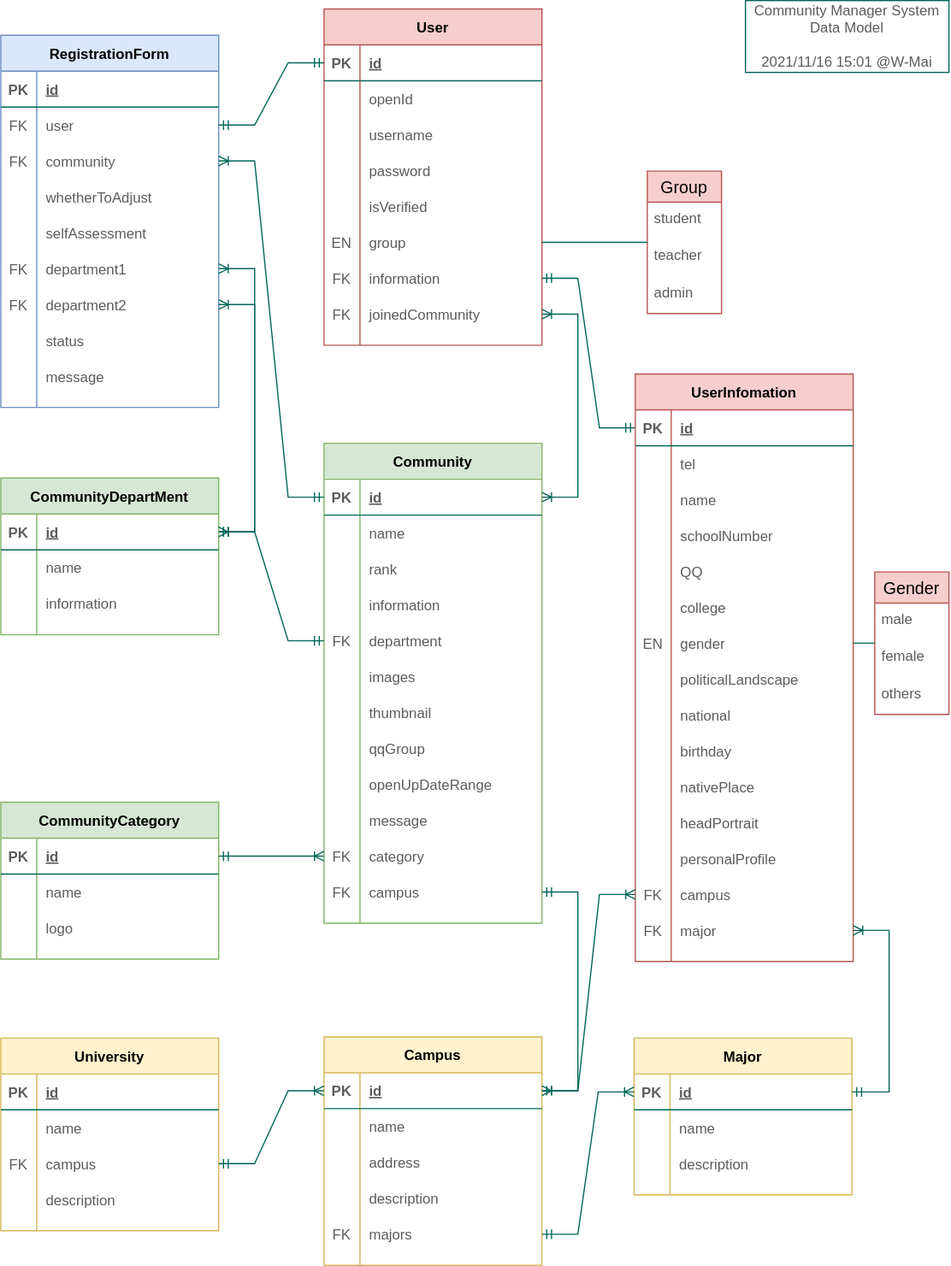
Above: server/dbmodel.drawio.svg in W-Mai/CommunityServicePlatform (draw.io), before the change. Source tidied: cells renumbered, new cells last; positions are measured from the earlier drawing's top-left corner, leaving out a move shared by most shapes.
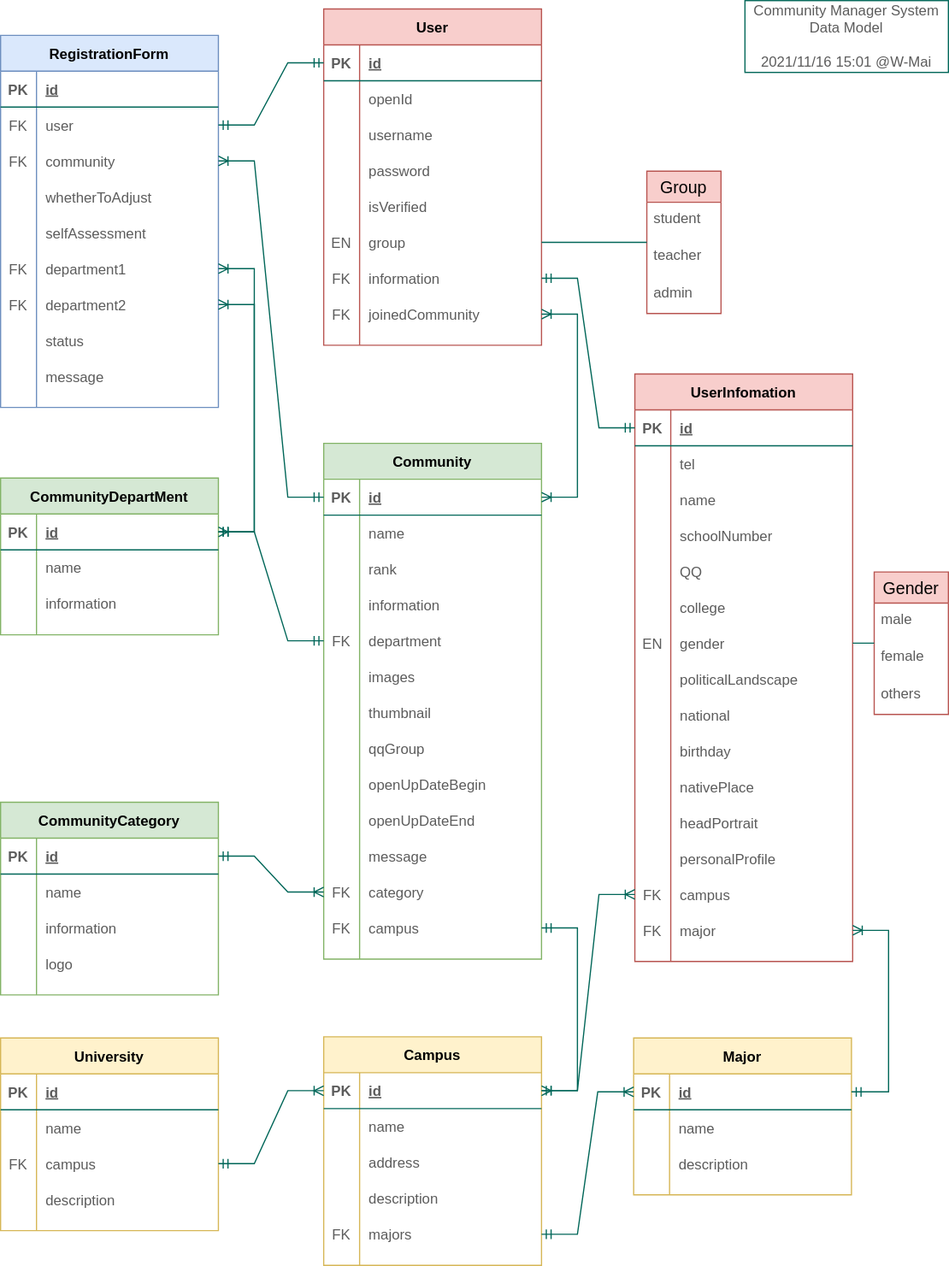
After the change.

The edit, as a diff of the source:
```diff
@@ -372,7 +372,7 @@
       <mxGeometry relative="1" as="geometry" />
     </mxCell>
     <mxCell id="125" value="Community" style="shape=table;startSize=30;rowLines=0;fontStyle=1;align=center;rounded=0;strokeColor=#82b366;fillColor=#d5e8d4;" parent="1" vertex="1">
-      <mxGeometry x="270" y="370" width="182" height="401" as="geometry" />
+      <mxGeometry x="270" y="370" width="182" height="431" as="geometry" />
     </mxCell>
     <mxCell id="126" style="shape=partialRectangle;fillColor=none;top=0;left=0;bottom=1;right=0;points=[[0,0.5],[1,0.5]];portConstraint=eastwest;rounded=0;fontColor=#5C5C5C;strokeColor=#006658;" parent="125" vertex="1">
       <mxGeometry y="30" width="182" height="30" as="geometry" />
@@ -452,11 +452,20 @@
     <mxCell id="151" style="shape=partialRectangle;fillColor=none;top=0;left=0;bottom=0;right=0;overflow=hidden;rounded=0;fontColor=#5C5C5C;strokeColor=#006658;" parent="150" vertex="1">
       <mxGeometry width="30" height="30" as="geometry" />
     </mxCell>
-    <mxCell id="152" value="openUpDateRange" style="shape=partialRectangle;fillColor=none;top=0;left=0;bottom=0;right=0;align=left;spacingLeft=6;overflow=hidden;rounded=0;fontColor=#5C5C5C;strokeColor=#006658;" parent="150" vertex="1">
+    <mxCell id="152" value="openUpDateBegin" style="shape=partialRectangle;fillColor=none;top=0;left=0;bottom=0;right=0;align=left;spacingLeft=6;overflow=hidden;rounded=0;fontColor=#5C5C5C;strokeColor=#006658;" parent="150" vertex="1">
       <mxGeometry x="30" width="152" height="30" as="geometry" />
     </mxCell>
+    <mxCell id="221" style="shape=partialRectangle;fillColor=none;top=0;left=0;bottom=0;right=0;rounded=0;fontColor=#5C5C5C;strokeColor=#006658;" parent="125" vertex="1">
+      <mxGeometry y="300" width="182" height="30" as="geometry" />
+    </mxCell>
+    <mxCell id="222" style="shape=partialRectangle;fillColor=none;top=0;left=0;bottom=0;right=0;overflow=hidden;rounded=0;fontColor=#5C5C5C;strokeColor=#006658;" parent="221" vertex="1">
+      <mxGeometry width="30" height="30" as="geometry" />
+    </mxCell>
+    <mxCell id="223" value="openUpDateEnd" style="shape=partialRectangle;fillColor=none;top=0;left=0;bottom=0;right=0;align=left;spacingLeft=6;overflow=hidden;rounded=0;fontColor=#5C5C5C;strokeColor=#006658;" parent="221" vertex="1">
+      <mxGeometry x="30" width="152" height="30" as="geometry" />
+    </mxCell>
     <mxCell id="153" style="shape=partialRectangle;fillColor=none;top=0;left=0;bottom=0;right=0;rounded=0;fontColor=#5C5C5C;strokeColor=#006658;" parent="125" vertex="1">
-      <mxGeometry y="300" width="182" height="30" as="geometry" />
+      <mxGeometry y="330" width="182" height="30" as="geometry" />
     </mxCell>
     <mxCell id="154" style="shape=partialRectangle;fillColor=none;top=0;left=0;bottom=0;right=0;overflow=hidden;rounded=0;fontColor=#5C5C5C;strokeColor=#006658;" parent="153" vertex="1">
       <mxGeometry width="30" height="30" as="geometry" />
@@ -465,7 +474,7 @@
       <mxGeometry x="30" width="152" height="30" as="geometry" />
     </mxCell>
     <mxCell id="156" style="shape=partialRectangle;fillColor=none;top=0;left=0;bottom=0;right=0;points=[[0,0.5],[1,0.5]];portConstraint=eastwest;rounded=0;fontColor=#5C5C5C;strokeColor=#006658;" parent="125" vertex="1">
-      <mxGeometry y="330" width="182" height="30" as="geometry" />
+      <mxGeometry y="360" width="182" height="30" as="geometry" />
     </mxCell>
     <mxCell id="157" value="FK" style="shape=partialRectangle;fillColor=none;top=0;left=0;bottom=0;right=0;overflow=hidden;rounded=0;fontColor=#5C5C5C;strokeColor=#006658;" parent="156" vertex="1">
       <mxGeometry width="30" height="30" as="geometry" />
@@ -474,7 +483,7 @@
       <mxGeometry x="30" width="152" height="30" as="geometry" />
     </mxCell>
     <mxCell id="159" style="shape=partialRectangle;fillColor=none;top=0;left=0;bottom=0;right=0;points=[[0,0.5],[1,0.5]];portConstraint=eastwest;rounded=0;fontColor=#5C5C5C;strokeColor=#006658;" parent="125" vertex="1">
-      <mxGeometry y="360" width="182" height="30" as="geometry" />
+      <mxGeometry y="390" width="182" height="30" as="geometry" />
     </mxCell>
     <mxCell id="160" value="FK" style="shape=partialRectangle;fillColor=none;top=0;left=0;bottom=0;right=0;overflow=hidden;rounded=0;fontColor=#5C5C5C;strokeColor=#006658;" parent="159" vertex="1">
       <mxGeometry width="30" height="30" as="geometry" />
@@ -492,7 +501,7 @@
       <mxGeometry relative="1" as="geometry" />
     </mxCell>
     <mxCell id="165" value="CommunityCategory" style="shape=table;startSize=30;rowLines=0;fontStyle=1;align=center;rounded=0;strokeColor=#82b366;fillColor=#d5e8d4;" parent="1" vertex="1">
-      <mxGeometry y="670" width="182" height="131" as="geometry" />
+      <mxGeometry y="670" width="182" height="161" as="geometry" />
     </mxCell>
     <mxCell id="166" style="shape=partialRectangle;fillColor=none;top=0;left=0;bottom=1;right=0;points=[[0,0.5],[1,0.5]];portConstraint=eastwest;rounded=0;fontColor=#5C5C5C;strokeColor=#006658;" parent="165" vertex="1">
       <mxGeometry y="30" width="182" height="30" as="geometry" />
@@ -512,8 +521,17 @@
     <mxCell id="171" value="name" style="shape=partialRectangle;fillColor=none;top=0;left=0;bottom=0;right=0;align=left;spacingLeft=6;overflow=hidden;rounded=0;fontColor=#5C5C5C;strokeColor=#006658;" parent="169" vertex="1">
       <mxGeometry x="30" width="152" height="30" as="geometry" />
     </mxCell>
+    <mxCell id="224" style="shape=partialRectangle;fillColor=none;top=0;left=0;bottom=0;right=0;rounded=0;fontColor=#5C5C5C;strokeColor=#006658;" parent="165" vertex="1">
+      <mxGeometry y="90" width="182" height="30" as="geometry" />
+    </mxCell>
+    <mxCell id="225" style="shape=partialRectangle;fillColor=none;top=0;left=0;bottom=0;right=0;overflow=hidden;rounded=0;fontColor=#5C5C5C;strokeColor=#006658;" parent="224" vertex="1">
+      <mxGeometry width="30" height="30" as="geometry" />
+    </mxCell>
+    <mxCell id="226" value="information" style="shape=partialRectangle;fillColor=none;top=0;left=0;bottom=0;right=0;align=left;spacingLeft=6;overflow=hidden;rounded=0;fontColor=#5C5C5C;strokeColor=#006658;" parent="224" vertex="1">
+      <mxGeometry x="30" width="152" height="30" as="geometry" />
+    </mxCell>
     <mxCell id="172" style="shape=partialRectangle;fillColor=none;top=0;left=0;bottom=0;right=0;rounded=0;fontColor=#5C5C5C;strokeColor=#006658;" parent="165" vertex="1">
-      <mxGeometry y="90" width="182" height="30" as="geometry" />
+      <mxGeometry y="120" width="182" height="30" as="geometry" />
     </mxCell>
     <mxCell id="173" style="shape=partialRectangle;fillColor=none;top=0;left=0;bottom=0;right=0;overflow=hidden;rounded=0;fontColor=#5C5C5C;strokeColor=#006658;" parent="172" vertex="1">
       <mxGeometry width="30" height="30" as="geometry" />
```
